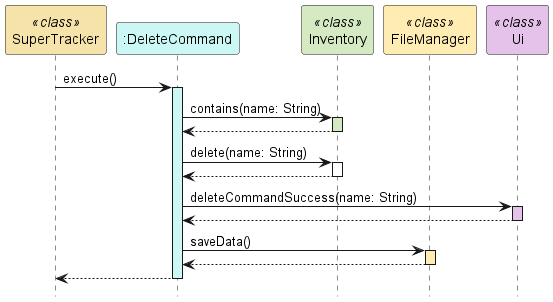
Before: docs/uml-diagrams/DeleteCommandSequence.png, a diagram exported from PlantUML (rismm/tp). The source it was exported from:
```plantuml
@startuml
hide footbox
participant "SuperTracker" as SuperTracker <<class>> #f5e3a9
participant ":DeleteCommand" as DeleteCommand #cbf7f4
participant "Inventory" as Inventory <<class>> #d5eac2
participant "FileManager" as FileManager <<class>> #ffecb3
participant "Ui" as Ui <<class>> #e5c2ea

SuperTracker -> DeleteCommand : execute()
activate DeleteCommand #cbf7f4

DeleteCommand -> Inventory : contains(name: String)
activate Inventory #d5eac2
Inventory --> DeleteCommand :
deactivate Inventory

DeleteCommand -> Inventory : delete(name: String)
activate Inventory
Inventory --> DeleteCommand
deactivate Inventory

DeleteCommand -> Ui : deleteCommandSuccess(name: String)
activate Ui #e5c2ea
Ui --> DeleteCommand
deactivate Ui

DeleteCommand -> FileManager : saveData()
activate FileManager #ffecb3
FileManager --> DeleteCommand
deactivate FileManager
DeleteCommand --> SuperTracker
deactivate DeleteCommand
@enduml
```
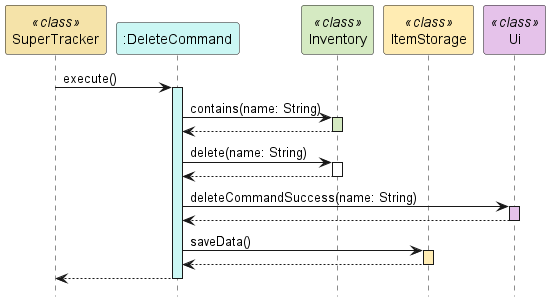
The same diagram one commit later.

The edit, as a diff of the source:
```diff
@@ -3,7 +3,7 @@
 participant "SuperTracker" as SuperTracker <<class>> #f5e3a9
 participant ":DeleteCommand" as DeleteCommand #cbf7f4
 participant "Inventory" as Inventory <<class>> #d5eac2
-participant "FileManager" as FileManager <<class>> #ffecb3
+participant "ItemStorage" as ItemStorage <<class>> #ffecb3
 participant "Ui" as Ui <<class>> #e5c2ea
 
 SuperTracker -> DeleteCommand : execute()
@@ -24,10 +24,10 @@
 Ui --> DeleteCommand
 deactivate Ui
 
-DeleteCommand -> FileManager : saveData()
-activate FileManager #ffecb3
-FileManager --> DeleteCommand
-deactivate FileManager
+DeleteCommand -> ItemStorage : saveData()
+activate ItemStorage #ffecb3
+ItemStorage --> DeleteCommand
+deactivate ItemStorage
 DeleteCommand --> SuperTracker
 deactivate DeleteCommand
 @enduml
```
